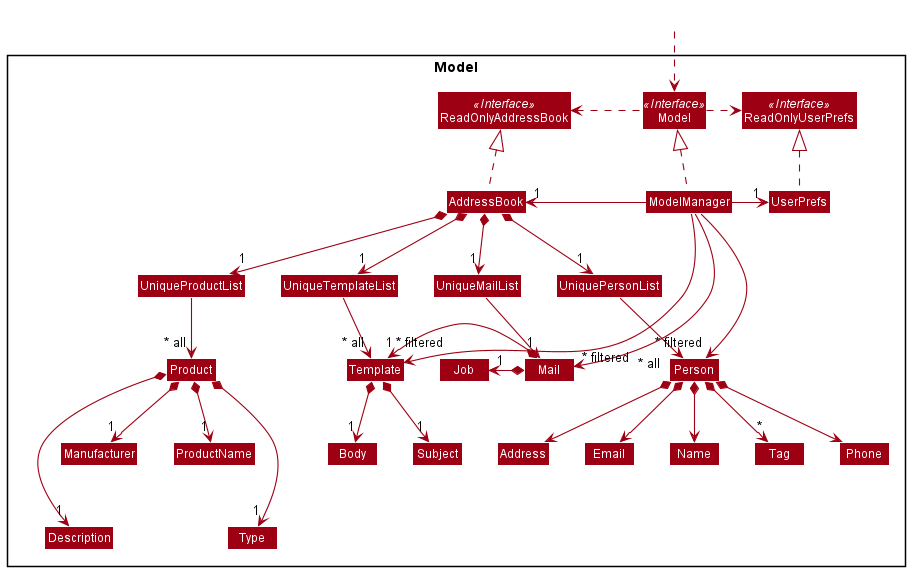
ooawagaeri/tp keeps this PlantUML diagram as docs/images/ModelClassDiagram.png. Above is the earlier version.
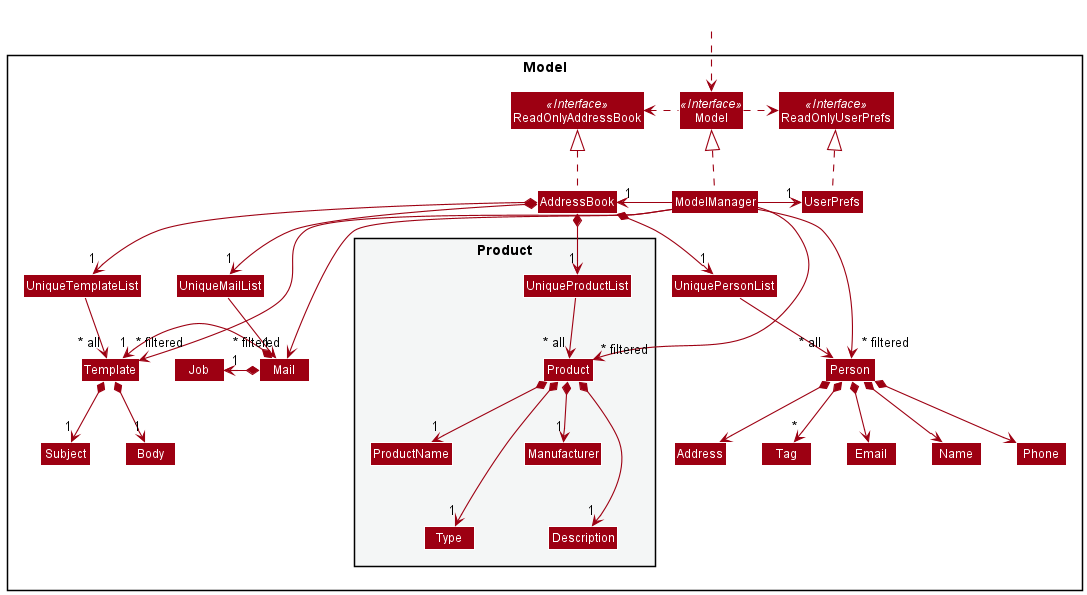
After the commit.

Commit message:
Update model diagram.

The edit, as a diff of the source:
```diff
@@ -34,12 +34,15 @@
 
 Class Job
 
+package "Product" #F4F6F6{
 Class UniqueProductList
 Class Product
 Class ProductName
 Class Type
 Class Manufacturer
 Class Description
+}
+
 }
 
 Class HiddenOutside #FFFFFF
@@ -78,10 +81,6 @@
 Subject -[hidden]right-> Body
 ModelManager -[hidden]down-> UniquePersonList
 
-ModelManager -->"~* filtered" Person
-ModelManager -->"~* filtered" Template
-ModelManager -->"~* filtered" Mail
-
 UniqueProductList -[hidden]left- UniquePersonList
 ProductName -[hidden]down- Type
 Manufacturer -[hidden]down- Description
@@ -91,4 +90,10 @@
 Product *--> "1" Type
 Product *--> "1" Description
 Product *--> "1" Manufacturer
+
+ModelManager -->"~* filtered" Person
+ModelManager -->"~* filtered" Template
+ModelManager -->"~* filtered" Mail
+ModelManager -->"~* filtered" Product
+
 @enduml
```
